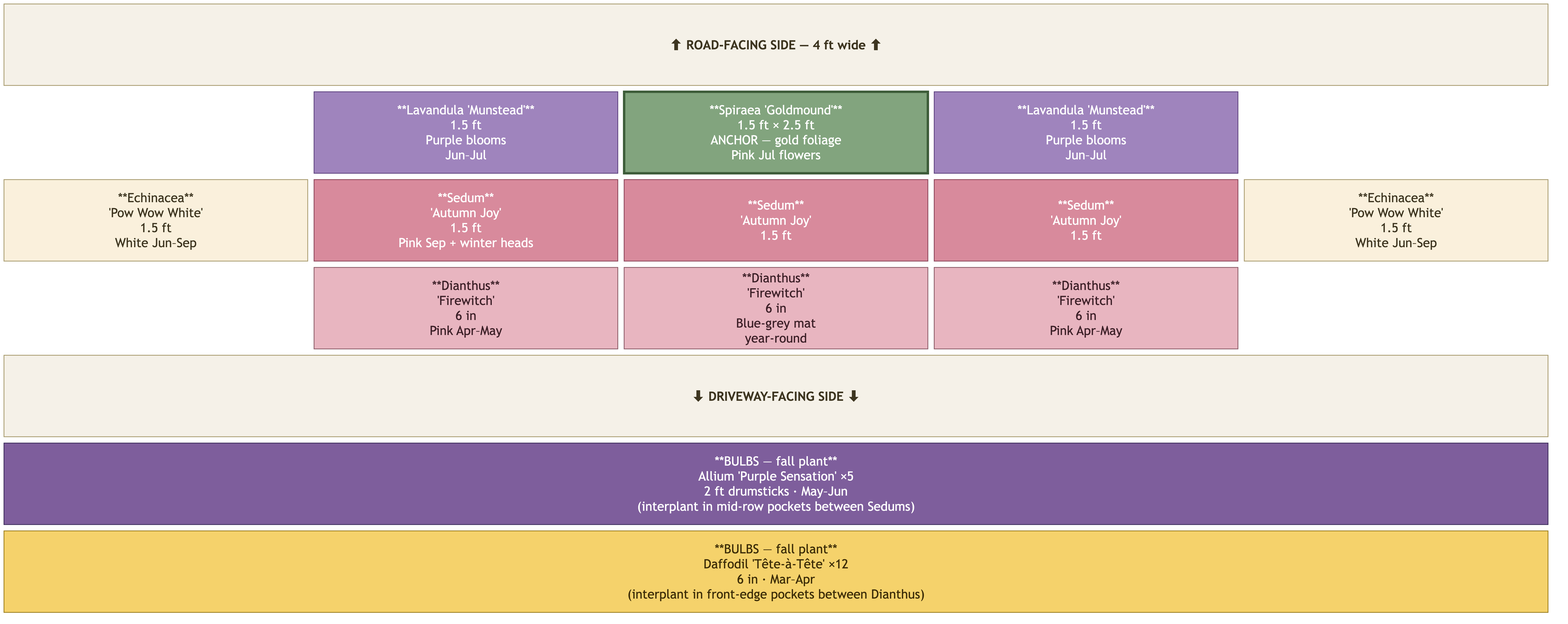
The Mermaid diagram plan_layouts/corner_layout.png in jyaunches/groundplan, before a commit. Its source is kept beside it as plan_layouts/corner_layout.mmd.
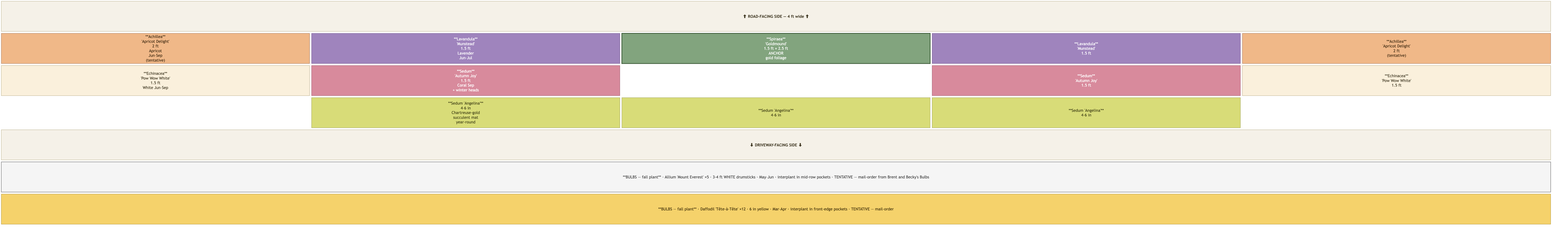
Above is the later version.

Commit message:
Revise driveway palette to lavender-only-purple, blue + apricot focus

Diff of the diagram source:
```diff
@@ -1,55 +1,57 @@
 ---
-title: Driveway entrance corner — 4 ft × 5 ft (mirrored both sides)
+title: Driveway entrance corner — 4 ft × 5 ft (mirrored both sides) — revised palette
 ---
 block-beta
   columns 5
 
   road["⬆ ROAD-FACING SIDE — 4 ft wide ⬆"]:5
 
-  space:1
-  cb1["**Lavandula 'Munstead'**<br/>1.5 ft<br/>Purple blooms<br/>Jun–Jul"]:1
-  cb2["**Spiraea 'Goldmound'**<br/>1.5 ft × 2.5 ft<br/>ANCHOR — gold foliage<br/>Pink Jul flowers"]:1
-  cb3["**Lavandula 'Munstead'**<br/>1.5 ft<br/>Purple blooms<br/>Jun–Jul"]:1
-  space:1
+  cb1["**Achillea**<br/>'Apricot Delight'<br/>2 ft<br/>Apricot<br/>Jun–Sep<br/>(tentative)"]:1
+  cb2["**Lavandula**<br/>'Munstead'<br/>1.5 ft<br/>Lavender<br/>Jun–Jul"]:1
+  cb3["**Spiraea**<br/>'Goldmound'<br/>1.5 ft × 2.5 ft<br/>ANCHOR<br/>gold foliage"]:1
+  cb4["**Lavandula**<br/>'Munstead'<br/>1.5 ft"]:1
+  cb5["**Achillea**<br/>'Apricot Delight'<br/>2 ft<br/>(tentative)"]:1
 
   cm1["**Echinacea**<br/>'Pow Wow White'<br/>1.5 ft<br/>White Jun–Sep"]:1
-  cm2["**Sedum**<br/>'Autumn Joy'<br/>1.5 ft<br/>Pink Sep + winter heads"]:1
+  cm2["**Sedum**<br/>'Autumn Joy'<br/>1.5 ft<br/>Coral Sep<br/>+ winter heads"]:1
+  space:1
   cm3["**Sedum**<br/>'Autumn Joy'<br/>1.5 ft"]:1
-  cm4["**Sedum**<br/>'Autumn Joy'<br/>1.5 ft"]:1
-  cm5["**Echinacea**<br/>'Pow Wow White'<br/>1.5 ft<br/>White Jun–Sep"]:1
+  cm4["**Echinacea**<br/>'Pow Wow White'<br/>1.5 ft"]:1
 
   space:1
-  cf1["**Dianthus**<br/>'Firewitch'<br/>6 in<br/>Pink Apr–May"]:1
-  cf2["**Dianthus**<br/>'Firewitch'<br/>6 in<br/>Blue-grey mat<br/>year-round"]:1
-  cf3["**Dianthus**<br/>'Firewitch'<br/>6 in<br/>Pink Apr–May"]:1
+  cf1["**Sedum 'Angelina'**<br/>4–6 in<br/>Chartreuse-gold<br/>succulent mat<br/>year-round"]:1
+  cf2["**Sedum 'Angelina'**<br/>4–6 in"]:1
+  cf3["**Sedum 'Angelina'**<br/>4–6 in"]:1
   space:1
 
   drive["⬇ DRIVEWAY-FACING SIDE ⬇"]:5
 
-  bulbA["**BULBS — fall plant**<br/>Allium 'Purple Sensation' ×5<br/>2 ft drumsticks · May–Jun<br/>(interplant in mid-row pockets between Sedums)"]:5
+  bulbA["**BULBS — fall plant** · Allium 'Mount Everest' ×5 · 3-4 ft WHITE drumsticks · May–Jun · interplant in mid-row pockets · TENTATIVE — mail-order from Brent and Becky's Bulbs"]:5
 
-  bulbD["**BULBS — fall plant**<br/>Daffodil 'Tête-à-Tête' ×12<br/>6 in · Mar–Apr<br/>(interplant in front-edge pockets between Dianthus)"]:5
+  bulbD["**BULBS — fall plant** · Daffodil 'Tête-à-Tête' ×12 · 6 in yellow · Mar–Apr · interplant in front-edge pockets · TENTATIVE — mail-order"]:5
 
   classDef shrub fill:#82A47E,stroke:#3D5C39,color:#fff,stroke-width:3px
   classDef lavender fill:#9F84BD,stroke:#5E4380,color:#fff
-  classDef sedum fill:#D88A9C,stroke:#8C465A,color:#fff
+  classDef sedumAJ fill:#D88A9C,stroke:#8C465A,color:#fff
+  classDef sedumAng fill:#D8DC78,stroke:#8C8E48,color:#3D3D14
   classDef echinacea fill:#FAF0DC,stroke:#A89B6E,color:#3D3520
-  classDef dianthus fill:#E8B5C0,stroke:#8C5C68,color:#3D2028
+  classDef achillea fill:#F0B888,stroke:#8C5C3E,color:#3D2810
   classDef bulbDaff fill:#F5D26B,stroke:#9C7E1E,color:#3D2D08
-  classDef bulbAll fill:#7E5E9C,stroke:#3E2E5C,color:#fff
+  classDef bulbAll fill:#F5F5F5,stroke:#888888,color:#3D3D3D,stroke-width:2px
   classDef header fill:#F5F1E8,stroke:#A89B6E,color:#3D3520,font-weight:bold
 
-  class cb1 lavender
-  class cb2 shrub
-  class cb3 lavender
+  class cb1 achillea
+  class cb2 lavender
+  class cb3 shrub
+  class cb4 lavender
+  class cb5 achillea
   class cm1 echinacea
-  class cm2 sedum
-  class cm3 sedum
-  class cm4 sedum
-  class cm5 echinacea
-  class cf1 dianthus
-  class cf2 dianthus
-  class cf3 dianthus
+  class cm2 sedumAJ
+  class cm3 sedumAJ
+  class cm4 echinacea
+  class cf1 sedumAng
+  class cf2 sedumAng
+  class cf3 sedumAng
   class road header
   class drive header
   class bulbA bulbAll
```
